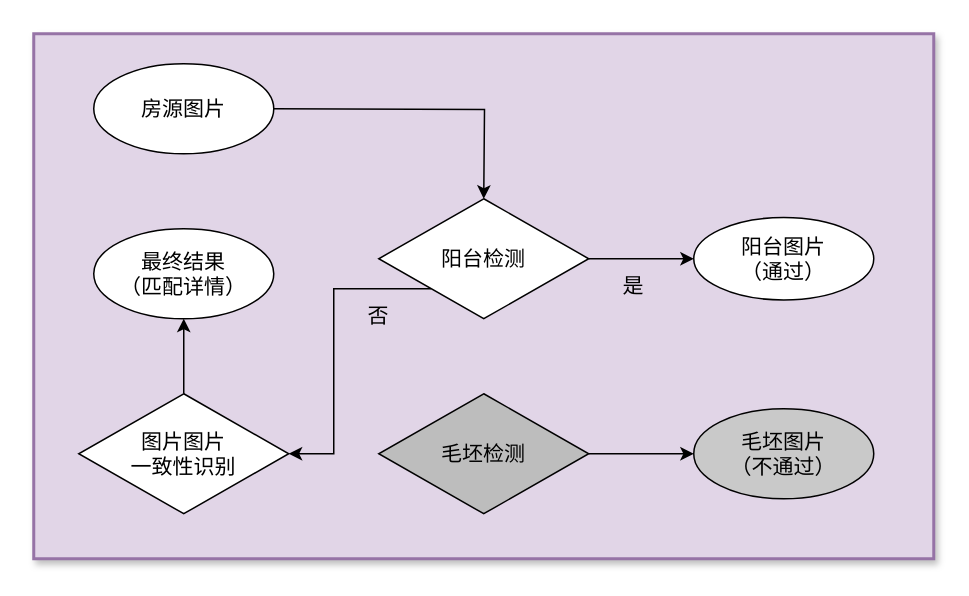
Above: pic_vs_picorvideo_20210112.drawio in qwerty200696/hello-world (draw.io), before the change. Source tidied: cells renumbered, new cells numbered last; positions are measured from the earlier drawing's top-left corner, leaving out a move shared by most shapes. Both pictures are drawn from the tidied source at 150%, with x=0, y=0 at pixel (33, 33).
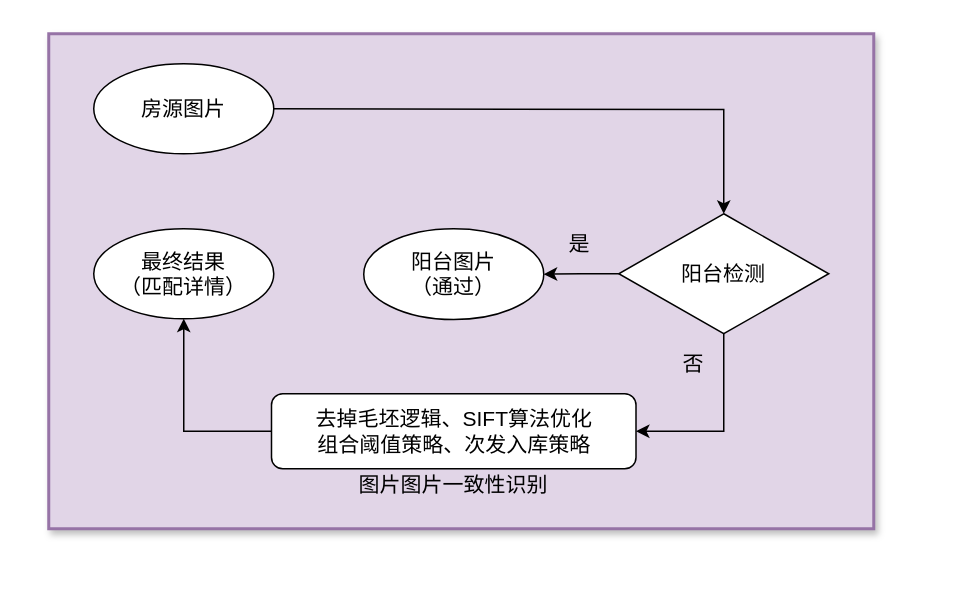
Above is the later version.

What changed in the source:
```diff
@@
 <mxGraphModel>
   <root>
     <mxCell id="0" />
     <mxCell id="1" parent="0" />
     <mxCell id="2" style="rounded=0;whiteSpace=wrap;html=1;fillColor=#e1d5e7;strokeColor=#9673a6;strokeWidth=2;perimeterSpacing=1;shadow=1;glass=0;sketch=0;" parent="1" vertex="1">
-      <mxGeometry width="600" height="350" as="geometry" />
+      <mxGeometry x="10" width="550" height="330" as="geometry" />
     </mxCell>
-    <mxCell id="3" style="edgeStyle=orthogonalEdgeStyle;rounded=0;orthogonalLoop=1;jettySize=auto;html=1;entryX=0.5;entryY=0;entryDx=0;entryDy=0;" parent="1" edge="1">
+    <mxCell id="3" style="edgeStyle=orthogonalEdgeStyle;rounded=0;jettySize=auto;html=1;entryX=0.5;entryY=0;entryDx=0;entryDy=0;" parent="1" edge="1" target="6">
       <mxGeometry relative="1" as="geometry">
         <mxPoint x="160" y="50" as="sourcePoint" />
-        <mxPoint x="300" y="110" as="targetPoint" />
       </mxGeometry>
     </mxCell>
-    <mxCell id="4" style="edgeStyle=orthogonalEdgeStyle;rounded=0;jettySize=auto;html=1;exitX=1;exitY=0.5;exitDx=0;exitDy=0;entryX=0;entryY=0.5;entryDx=0;entryDy=0;" parent="1" edge="1" source="6">
-      <mxGeometry relative="1" as="geometry">
-        <mxPoint x="440" y="150" as="targetPoint" />
-      </mxGeometry>
-    </mxCell>
-    <mxCell id="5" style="edgeStyle=orthogonalEdgeStyle;rounded=0;jettySize=auto;html=1;exitX=0;exitY=1;exitDx=0;exitDy=0;entryX=1;entryY=0.5;entryDx=0;entryDy=0;" parent="1" edge="1" source="6" target="14">
-      <mxGeometry relative="1" as="geometry" />
-    </mxCell>
+    <mxCell id="17" style="edgeStyle=orthogonalEdgeStyle;rounded=0;jettySize=auto;html=1;entryX=1;entryY=0.5;entryDx=0;entryDy=0;exitX=0.5;exitY=1;exitDx=0;exitDy=0;" parent="1" edge="1" source="6" target="20">
+      <mxGeometry relative="1" as="geometry" />
+    </mxCell>
+    <mxCell id="18" style="edgeStyle=orthogonalEdgeStyle;rounded=0;jettySize=auto;html=1;exitX=0;exitY=0.5;exitDx=0;exitDy=0;entryX=1;entryY=0.5;entryDx=0;entryDy=0;" parent="1" edge="1" source="6" target="16">
+      <mxGeometry relative="1" as="geometry" />
+    </mxCell>
     <mxCell id="6" value="&lt;font style=&quot;font-size: 14px&quot;&gt;阳台检测&lt;/font&gt;" style="rhombus;whiteSpace=wrap;html=1;" parent="1" vertex="1">
-      <mxGeometry x="230" y="110" width="140" height="80" as="geometry" />
+      <mxGeometry x="390" y="120" width="140" height="80" as="geometry" />
     </mxCell>
-    <mxCell id="7" style="edgeStyle=orthogonalEdgeStyle;rounded=0;jettySize=auto;html=1;entryX=0;entryY=0.5;entryDx=0;entryDy=0;" parent="1" edge="1" source="8">
-      <mxGeometry relative="1" as="geometry">
-        <mxPoint x="440" y="280" as="targetPoint" />
-      </mxGeometry>
-    </mxCell>
-    <mxCell id="8" value="&lt;font style=&quot;font-size: 14px&quot;&gt;毛坯检测&lt;/font&gt;" style="rhombus;whiteSpace=wrap;html=1;fillColor=#BDBDBD;" parent="1" vertex="1">
-      <mxGeometry x="230" y="240" width="140" height="80" as="geometry" />
-    </mxCell>
     <mxCell id="9" value="&lt;font style=&quot;font-size: 14px&quot;&gt;是&lt;/font&gt;" style="text;html=1;strokeColor=none;fillColor=none;align=center;verticalAlign=middle;whiteSpace=wrap;rounded=0;" parent="1" vertex="1">
-      <mxGeometry x="380" y="157.5" width="40" height="20" as="geometry" />
+      <mxGeometry x="344" y="130" width="40" height="20" as="geometry" />
     </mxCell>
     <mxCell id="10" value="&lt;font style=&quot;font-size: 14px&quot;&gt;否&lt;/font&gt;" style="text;html=1;strokeColor=none;fillColor=none;align=center;verticalAlign=middle;whiteSpace=wrap;rounded=0;" parent="1" vertex="1">
-      <mxGeometry x="210" y="177.5" width="40" height="20" as="geometry" />
+      <mxGeometry x="420" y="210" width="40" height="20" as="geometry" />
     </mxCell>
-    <mxCell id="11" value="&lt;font style=&quot;font-size: 14px&quot;&gt;毛坯图片&lt;br&gt;（不通过）&lt;/font&gt;" style="ellipse;whiteSpace=wrap;html=1;fillColor=#C9C9C9;" parent="1" vertex="1">
-      <mxGeometry x="440" y="250" width="120" height="60" as="geometry" />
-    </mxCell>
     <mxCell id="12" value="&lt;span style=&quot;font-size: 14px&quot;&gt;房源图片&lt;/span&gt;" style="ellipse;whiteSpace=wrap;html=1;" parent="1" vertex="1">
       <mxGeometry x="40" y="20" width="120" height="60" as="geometry" />
     </mxCell>
-    <mxCell id="13" style="edgeStyle=orthogonalEdgeStyle;rounded=0;jettySize=auto;html=1;exitX=0.5;exitY=0;exitDx=0;exitDy=0;" parent="1" edge="1" source="14" target="15">
-      <mxGeometry relative="1" as="geometry" />
-    </mxCell>
-    <mxCell id="14" value="&lt;span style=&quot;font-size: 14px&quot;&gt;图片图片&lt;br&gt;一致性识别&lt;/span&gt;" style="rhombus;whiteSpace=wrap;html=1;" parent="1" vertex="1">
-      <mxGeometry x="30" y="240" width="140" height="80" as="geometry" />
-    </mxCell>
     <mxCell id="15" value="&lt;font style=&quot;font-size: 14px&quot;&gt;最终结果&lt;br&gt;（匹配详情）&lt;/font&gt;" style="ellipse;whiteSpace=wrap;html=1;" parent="1" vertex="1">
       <mxGeometry x="40" y="130" width="120" height="60" as="geometry" />
     </mxCell>
     <mxCell id="16" value="&lt;font style=&quot;font-size: 14px&quot;&gt;&lt;span&gt;阳台图片&lt;/span&gt;&lt;br&gt;&lt;span&gt;（通过）&lt;/span&gt;&lt;/font&gt;" style="ellipse;whiteSpace=wrap;html=1;" parent="1" vertex="1">
-      <mxGeometry x="440" y="122.5" width="120" height="55" as="geometry" />
+      <mxGeometry x="220" y="130" width="120" height="60.5" as="geometry" />
     </mxCell>
+    <mxCell id="19" style="edgeStyle=orthogonalEdgeStyle;rounded=0;jettySize=auto;html=1;exitX=0;exitY=0.5;exitDx=0;exitDy=0;entryX=0.5;entryY=1;entryDx=0;entryDy=0;" parent="1" edge="1" source="20" target="15">
+      <mxGeometry relative="1" as="geometry" />
+    </mxCell>
+    <mxCell id="20" value="&lt;font style=&quot;font-size: 14px&quot;&gt;去掉毛坯逻辑、SIFT算法优化&lt;br&gt;组合阈值策略、次发入库策略&lt;br&gt;&lt;/font&gt;" style="rounded=1;whiteSpace=wrap;html=1;" parent="1" vertex="1">
+      <mxGeometry x="158.5" y="240" width="243" height="50" as="geometry" />
+    </mxCell>
+    <mxCell id="21" value="&lt;span style=&quot;font-family: &amp;#34;helvetica&amp;#34; ; font-size: 14px&quot;&gt;图片图片一致性识别&lt;/span&gt;" style="text;html=1;strokeColor=none;fillColor=none;align=center;verticalAlign=middle;whiteSpace=wrap;rounded=0;" parent="1" vertex="1">
+      <mxGeometry x="215" y="286" width="130" height="30" as="geometry" />
+    </mxCell>
   </root>
 </mxGraphModel>
```
